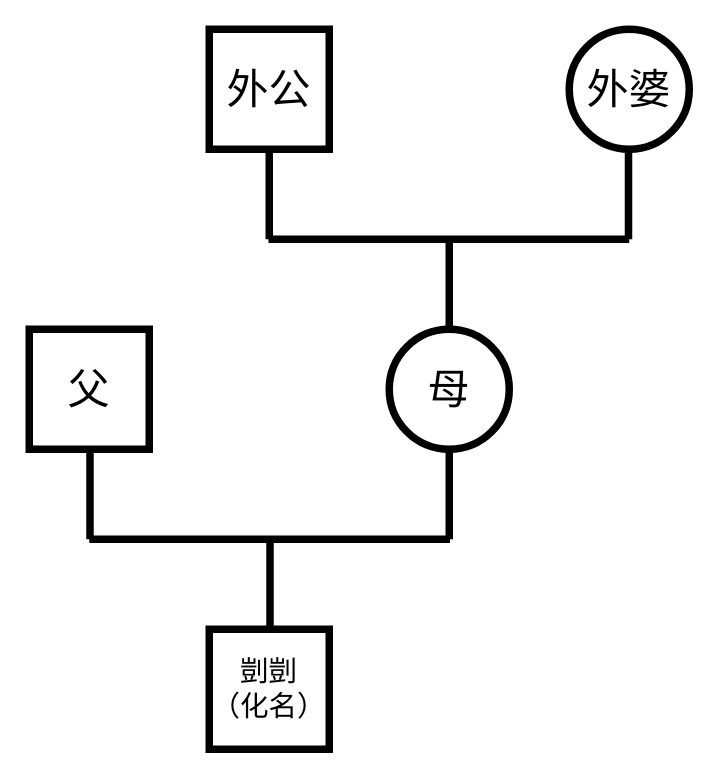
Earlier version of the draw.io diagram Untitled Diagram.drawio (ianTPE/mcp-hello-world). Source tidied: cells renumbered, new cells numbered last; positions are measured from the earlier drawing's top-left corner, leaving out a move shared by most shapes. Both pictures are drawn from the tidied source at 150%, with x=0, y=0 at pixel (28, 28).
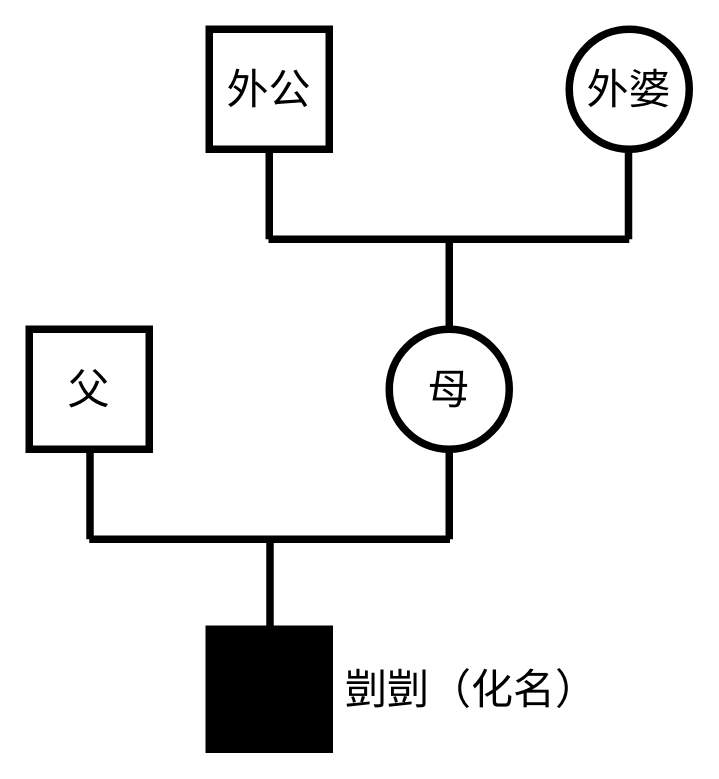
The same diagram, later.

The edit, as a diff of the source:
```diff
@@
-    <mxCell id="10" value="&lt;font style=&quot;font-size: 19px;&quot;&gt;剴剴&lt;/font&gt;&lt;div&gt;&lt;font style=&quot;font-size: 19px;&quot;&gt;（化名）&lt;/font&gt;&lt;/div&gt;" style="whiteSpace=wrap;html=1;strokeWidth=5;" parent="1" vertex="1">
+    <mxCell id="10" style="whiteSpace=wrap;html=1;strokeWidth=5;fillColor=#000000;fontColor=none;noLabel=1;" parent="1" vertex="1">
       <mxGeometry x="120" y="400" width="80" height="80" as="geometry" />
     </mxCell>
@@
+    <mxCell id="15" value="&lt;font style=&quot;font-size: 28px;&quot;&gt;剴剴（化名）&lt;/font&gt;" style="text;strokeColor=none;align=center;fillColor=none;html=1;verticalAlign=middle;whiteSpace=wrap;rounded=0;" parent="1" vertex="1">
+      <mxGeometry x="200" y="425" width="190" height="30" as="geometry" />
+    </mxCell>
```
